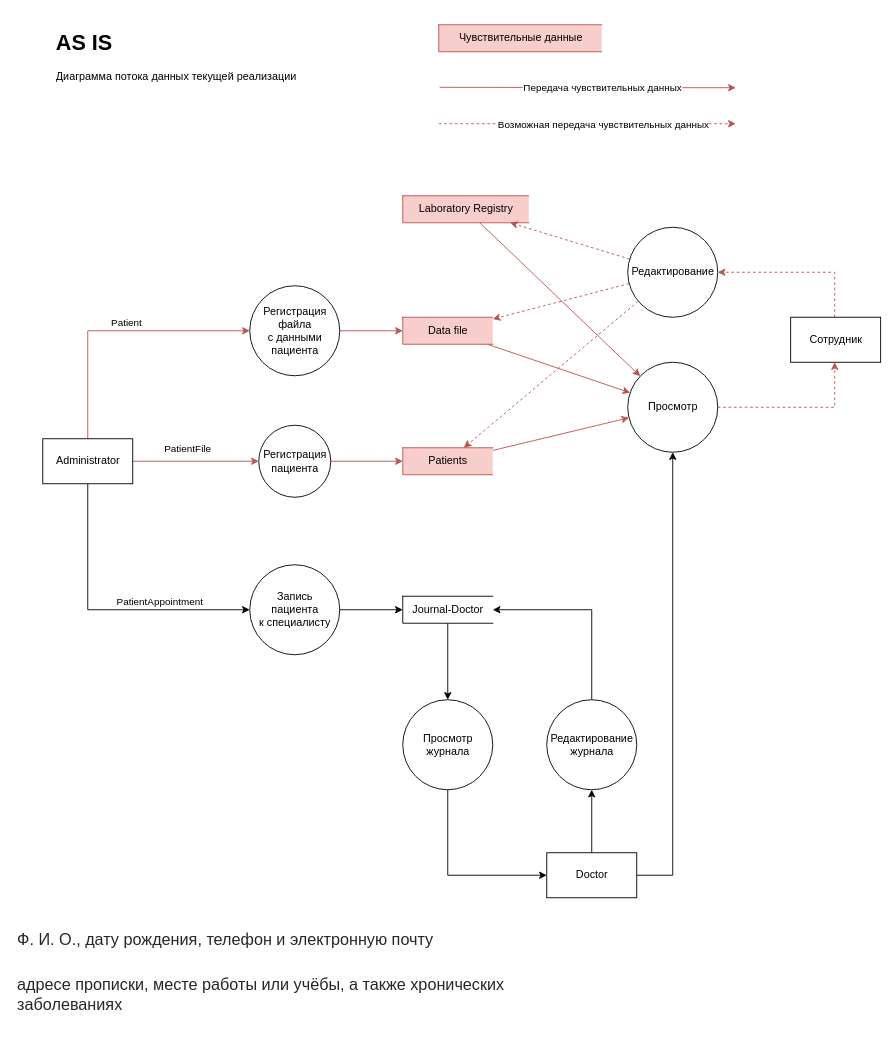
Earlier version of the draw.io diagram Exc1/dataflow.drawio (asbelon/architecture-sprint-10). Source tidied: cells renumbered, new cells numbered last; positions are measured from the earlier drawing's top-left corner, leaving out a move shared by most shapes. Both pictures are drawn from the tidied source at 90%, with x=0, y=0 at pixel (15, 24).
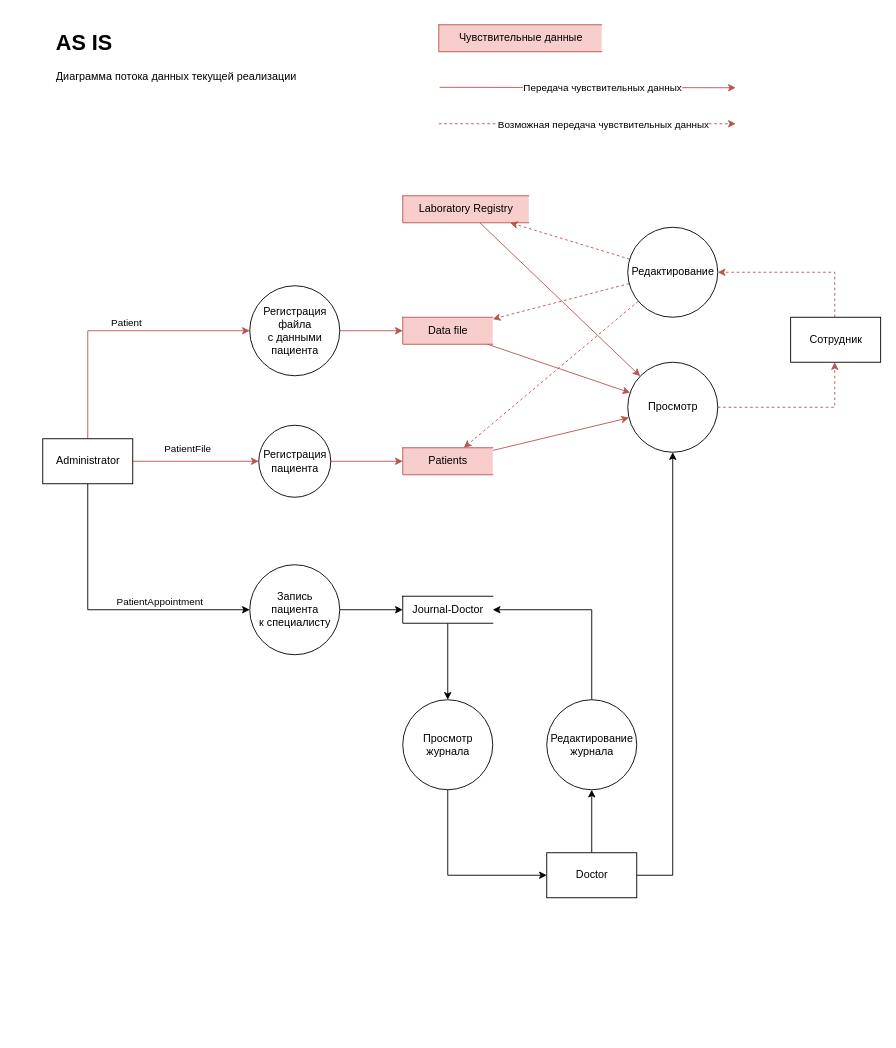
The same page after the edit.

Change to the diagram source:
```diff
@@
-    <mxCell id="28" value="&lt;span style=&quot;color: rgba(0, 0, 0, 0.85); font-family: &amp;quot;YS Text&amp;quot;, sans-serif; font-size: 18px; font-style: normal; font-variant-ligatures: normal; font-variant-caps: normal; font-weight: 400; letter-spacing: normal; orphans: 2; text-align: start; text-indent: 0px; text-transform: none; widows: 2; word-spacing: 0px; -webkit-text-stroke-width: 0px; background-color: rgb(255, 255, 255); text-decoration-thickness: initial; text-decoration-style: initial; text-decoration-color: initial; float: none; display: inline !important;&quot;&gt;Ф. И. О., дату рождения, телефон и электронную почту&lt;/span&gt;" style="text;whiteSpace=wrap;html=1;" parent="1" vertex="1">
-      <mxGeometry y="1000" width="500" height="50" as="geometry" />
-    </mxCell>
-    <mxCell id="29" value="&lt;span style=&quot;color: rgba(0, 0, 0, 0.85); font-family: &amp;quot;YS Text&amp;quot;, sans-serif; font-size: 18px; font-style: normal; font-variant-ligatures: normal; font-variant-caps: normal; font-weight: 400; letter-spacing: normal; orphans: 2; text-align: start; text-indent: 0px; text-transform: none; widows: 2; word-spacing: 0px; -webkit-text-stroke-width: 0px; background-color: rgb(255, 255, 255); text-decoration-thickness: initial; text-decoration-style: initial; text-decoration-color: initial; float: none; display: inline !important;&quot;&gt;адресе прописки, месте работы или учёбы, а также хронических заболеваниях&lt;/span&gt;" style="text;whiteSpace=wrap;html=1;" parent="1" vertex="1">
-      <mxGeometry y="1050" width="560" height="70" as="geometry" />
-    </mxCell>
```
